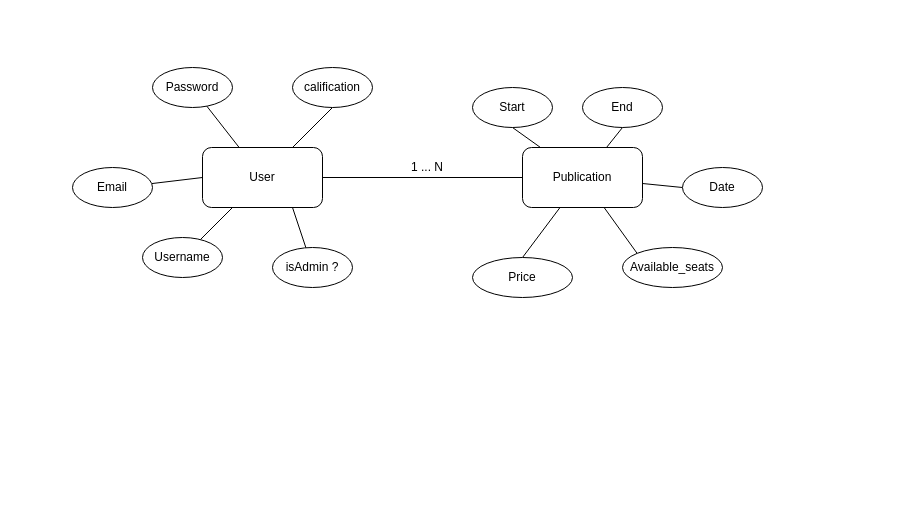
Above: Untitled Diagram.drawio.xml in rmastudillo/proyecto-con-felipin (draw.io), before the change. Source tidied: cells renumbered, new cells numbered last; positions are measured from the earlier drawing's top-left corner, leaving out a move shared by most shapes. Both pictures are drawn from the tidied source at 100%, with x=0, y=0 at pixel (72, 67).
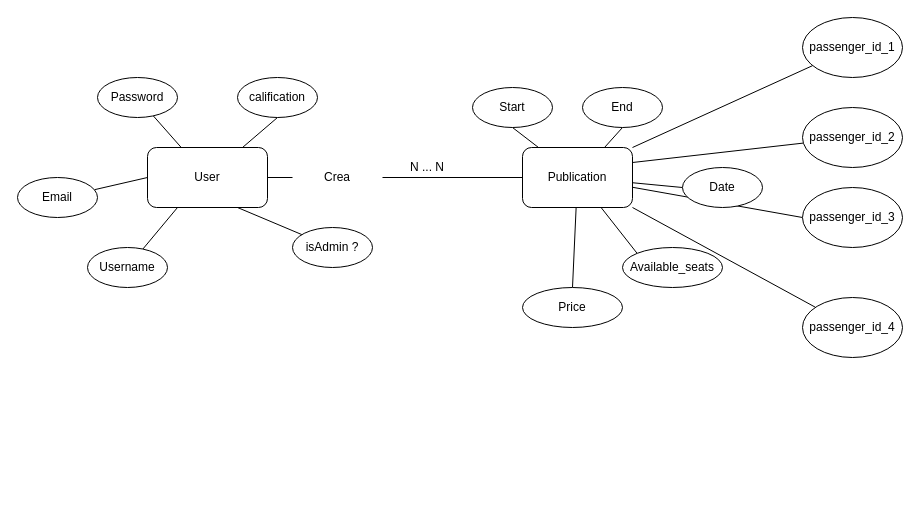
The same page after the edit.

Commit message:
cambio en el diagrama

What changed in the source:
```diff
@@
-    <mxCell id="3" style="edgeStyle=none;rounded=0;jettySize=auto;html=1;entryX=0;entryY=0.5;entryDx=0;entryDy=0;endArrow=none;endFill=0;" parent="1" edge="1" source="4" target="10">
+    <mxCell id="3" style="edgeStyle=none;rounded=0;jettySize=auto;html=1;entryX=0;entryY=0.5;entryDx=0;entryDy=0;endArrow=none;endFill=0;startArrow=none;" parent="1" edge="1" source="36" target="10">
       <mxGeometry relative="1" as="geometry" />
     </mxCell>
     <mxCell id="4" value="User" style="rounded=1;whiteSpace=wrap;html=1;" parent="1" vertex="1">
-      <mxGeometry x="130" y="80" width="120" height="60" as="geometry" />
+      <mxGeometry x="75" y="80" width="120" height="60" as="geometry" />
     </mxCell>
@@
+    <mxCell id="26" style="edgeStyle=none;rounded=0;jettySize=auto;html=1;exitX=1;exitY=0;exitDx=0;exitDy=0;endArrow=none;endFill=0;" parent="1" edge="1" source="10" target="32">
+      <mxGeometry relative="1" as="geometry" />
+    </mxCell>
+    <mxCell id="27" style="edgeStyle=none;rounded=0;jettySize=auto;html=1;exitX=1;exitY=0.25;exitDx=0;exitDy=0;endArrow=none;endFill=0;" parent="1" edge="1" source="10" target="33">
+      <mxGeometry relative="1" as="geometry" />
+    </mxCell>
+    <mxCell id="28" style="edgeStyle=none;rounded=0;jettySize=auto;html=1;entryX=0;entryY=0.5;entryDx=0;entryDy=0;endArrow=none;endFill=0;" parent="1" edge="1" source="10" target="31">
+      <mxGeometry relative="1" as="geometry" />
+    </mxCell>
+    <mxCell id="29" style="edgeStyle=none;rounded=0;jettySize=auto;html=1;endArrow=none;endFill=0;" parent="1" edge="1" source="10" target="30">
+      <mxGeometry relative="1" as="geometry" />
+    </mxCell>
     <mxCell id="10" value="Publication" style="rounded=1;whiteSpace=wrap;html=1;" parent="1" vertex="1">
-      <mxGeometry x="450" y="80" width="120" height="60" as="geometry" />
+      <mxGeometry x="450" y="80" width="110" height="60" as="geometry" />
     </mxCell>
@@
     <mxCell id="12" value="Username" style="ellipse;whiteSpace=wrap;html=1;" parent="1" vertex="1">
-      <mxGeometry x="70" y="170" width="80" height="40" as="geometry" />
+      <mxGeometry x="15" y="180" width="80" height="40" as="geometry" />
     </mxCell>
@@
     <mxCell id="14" value="Email" style="ellipse;whiteSpace=wrap;html=1;" parent="1" vertex="1">
-      <mxGeometry y="100" width="80" height="40" as="geometry" />
+      <mxGeometry x="-55" y="110" width="80" height="40" as="geometry" />
     </mxCell>
@@
     <mxCell id="16" value="Password" style="ellipse;whiteSpace=wrap;html=1;" parent="1" vertex="1">
-      <mxGeometry x="80" width="80" height="40" as="geometry" />
+      <mxGeometry x="25" y="10" width="80" height="40" as="geometry" />
     </mxCell>
@@
     <mxCell id="18" value="isAdmin ?" style="ellipse;whiteSpace=wrap;html=1;" parent="1" vertex="1">
-      <mxGeometry x="200" y="180" width="80" height="40" as="geometry" />
+      <mxGeometry x="220" y="160" width="80" height="40" as="geometry" />
     </mxCell>
     <mxCell id="19" value="calification" style="ellipse;whiteSpace=wrap;html=1;" parent="1" vertex="1">
-      <mxGeometry x="220" width="80" height="40" as="geometry" />
+      <mxGeometry x="165" y="10" width="80" height="40" as="geometry" />
     </mxCell>
@@
     <mxCell id="24" value="Price" style="ellipse;whiteSpace=wrap;html=1;" parent="1" vertex="1">
-      <mxGeometry x="400" y="190" width="100" height="40" as="geometry" />
+      <mxGeometry x="450" y="220" width="100" height="40" as="geometry" />
     </mxCell>
-    <mxCell id="25" value="1 ... N" style="text;html=1;strokeColor=none;fillColor=none;align=center;verticalAlign=middle;whiteSpace=wrap;rounded=0;" parent="1" vertex="1">
+    <mxCell id="25" value="N ... N" style="text;html=1;strokeColor=none;fillColor=none;align=center;verticalAlign=middle;whiteSpace=wrap;rounded=0;" parent="1" vertex="1">
       <mxGeometry x="310" y="90" width="90" height="20" as="geometry" />
     </mxCell>
+    <mxCell id="30" value="passenger_id_4" style="ellipse;whiteSpace=wrap;html=1;" parent="1" vertex="1">
+      <mxGeometry x="730" y="230" width="100" height="60" as="geometry" />
+    </mxCell>
+    <mxCell id="31" value="passenger_id_3" style="ellipse;whiteSpace=wrap;html=1;" parent="1" vertex="1">
+      <mxGeometry x="730" y="120" width="100" height="60" as="geometry" />
+    </mxCell>
+    <mxCell id="32" value="passenger_id_1" style="ellipse;whiteSpace=wrap;html=1;" parent="1" vertex="1">
+      <mxGeometry x="730" y="-50" width="100" height="60" as="geometry" />
+    </mxCell>
+    <mxCell id="33" value="passenger_id_2" style="ellipse;whiteSpace=wrap;html=1;" parent="1" vertex="1">
+      <mxGeometry x="730" y="40" width="100" height="60" as="geometry" />
+    </mxCell>
+    <mxCell id="34" style="edgeStyle=none;rounded=0;orthogonalLoop=1;jettySize=auto;html=1;exitX=0.5;exitY=1;exitDx=0;exitDy=0;endArrow=none;endFill=0;" parent="1" edge="1">
+      <mxGeometry relative="1" as="geometry">
+        <mxPoint x="315" y="435" as="sourcePoint" />
+        <mxPoint x="315" y="435" as="targetPoint" />
+      </mxGeometry>
+    </mxCell>
+    <mxCell id="35" style="edgeStyle=none;rounded=0;orthogonalLoop=1;jettySize=auto;html=1;exitX=0.5;exitY=1;exitDx=0;exitDy=0;endArrow=none;endFill=0;" parent="1" edge="1">
+      <mxGeometry relative="1" as="geometry">
+        <mxPoint x="428.5" y="260" as="sourcePoint" />
+        <mxPoint x="428.5" y="260" as="targetPoint" />
+      </mxGeometry>
+    </mxCell>
+    <mxCell id="36" value="Crea" style="text;html=1;strokeColor=none;fillColor=none;align=center;verticalAlign=middle;whiteSpace=wrap;rounded=0;" parent="1" vertex="1">
+      <mxGeometry x="220" y="100" width="90" height="20" as="geometry" />
+    </mxCell>
+    <mxCell id="37" style="edgeStyle=none;rounded=0;jettySize=auto;html=1;entryX=0;entryY=0.5;entryDx=0;entryDy=0;endArrow=none;endFill=0;" parent="1" edge="1" source="4" target="36">
+      <mxGeometry relative="1" as="geometry" />
+    </mxCell>
```
